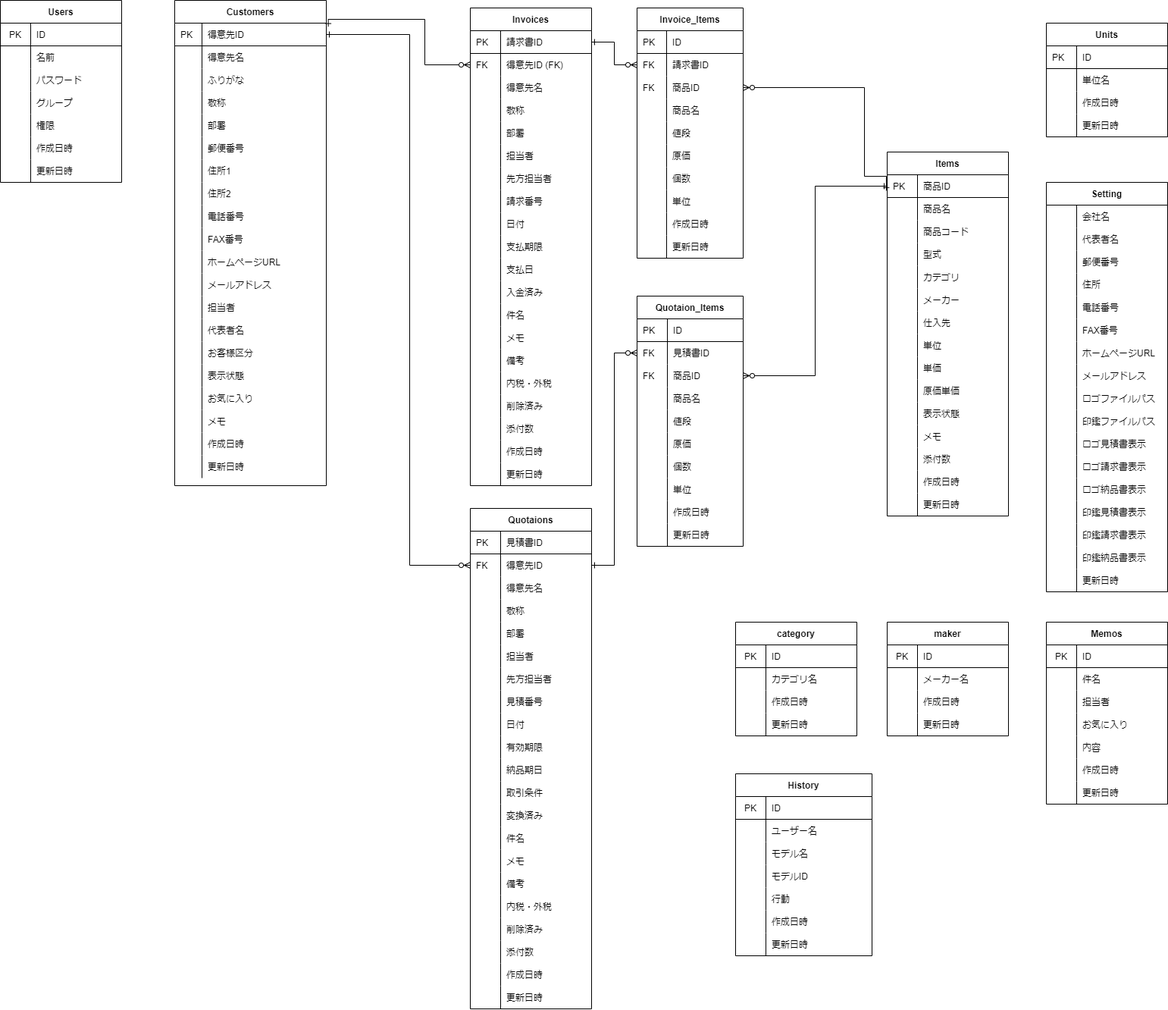
This is soho_er.png from gamasenninn/caddie-clone, a draw.io export, as it was before one commit. Source tidied: cells renumbered, new cells last; positions are measured from the earlier drawing's top-left corner, leaving out a move shared by most shapes.
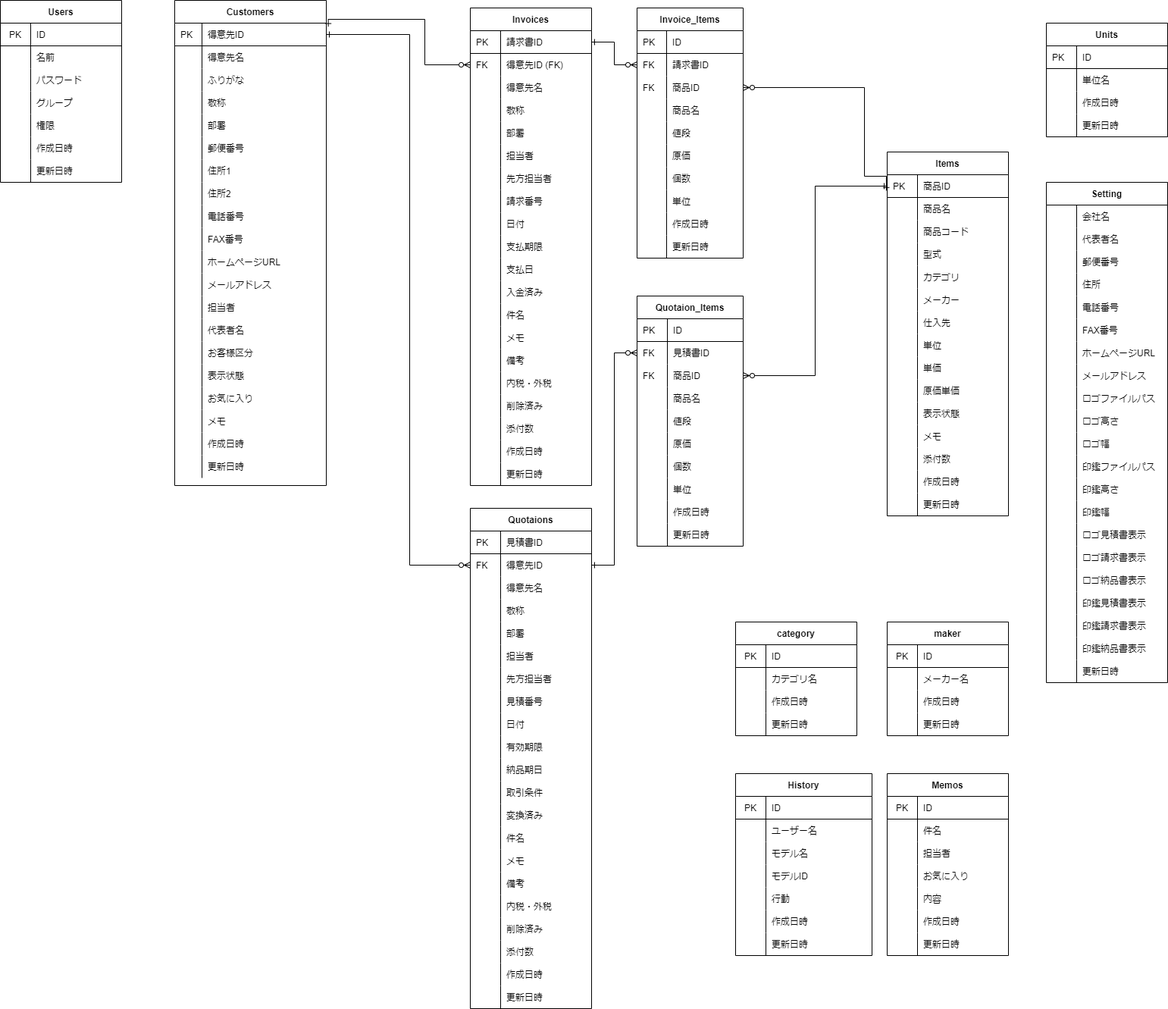
Later version of the same file.

What changed in the source:
```diff
@@ -924,7 +924,7 @@
       <mxGeometry x="40" width="120" height="30" as="geometry" />
     </mxCell>
     <mxCell id="309" value="Setting" style="shape=table;startSize=30;rowLines=0;fontStyle=1;align=center;" parent="1" vertex="1">
-      <mxGeometry x="1380" y="240" width="160" height="540" as="geometry" />
+      <mxGeometry x="1380" y="240" width="160" height="660" as="geometry" />
     </mxCell>
     <mxCell id="310" style="shape=partialRectangle;html=1;whiteSpace=wrap;fillColor=none;top=0;left=0;bottom=0;right=0;" parent="309" vertex="1">
       <mxGeometry y="30" width="160" height="30" as="geometry" />
@@ -1007,8 +1007,26 @@
     <mxCell id="336" value="ロゴファイルパス" style="shape=partialRectangle;html=1;whiteSpace=wrap;fillColor=none;top=0;left=0;bottom=0;right=0;align=left;spacingLeft=6;overflow=hidden;" parent="334" vertex="1">
       <mxGeometry x="40" width="120" height="30" as="geometry" />
     </mxCell>
+    <mxCell id="459" style="shape=partialRectangle;html=1;whiteSpace=wrap;fillColor=none;top=0;left=0;bottom=0;right=0;" parent="309" vertex="1">
+      <mxGeometry y="300" width="160" height="30" as="geometry" />
+    </mxCell>
+    <mxCell id="460" style="shape=partialRectangle;html=1;whiteSpace=wrap;fillColor=none;top=0;left=0;bottom=0;right=0;align=left;spacingLeft=6;overflow=hidden;" parent="459" vertex="1">
+      <mxGeometry width="40" height="30" as="geometry" />
+    </mxCell>
+    <mxCell id="461" value="ロゴ高さ" style="shape=partialRectangle;html=1;whiteSpace=wrap;fillColor=none;top=0;left=0;bottom=0;right=0;align=left;spacingLeft=6;overflow=hidden;" parent="459" vertex="1">
+      <mxGeometry x="40" width="120" height="30" as="geometry" />
+    </mxCell>
+    <mxCell id="462" style="shape=partialRectangle;html=1;whiteSpace=wrap;fillColor=none;top=0;left=0;bottom=0;right=0;" parent="309" vertex="1">
+      <mxGeometry y="330" width="160" height="30" as="geometry" />
+    </mxCell>
+    <mxCell id="463" style="shape=partialRectangle;html=1;whiteSpace=wrap;fillColor=none;top=0;left=0;bottom=0;right=0;align=left;spacingLeft=6;overflow=hidden;" parent="462" vertex="1">
+      <mxGeometry width="40" height="30" as="geometry" />
+    </mxCell>
+    <mxCell id="464" value="ロゴ幅" style="shape=partialRectangle;html=1;whiteSpace=wrap;fillColor=none;top=0;left=0;bottom=0;right=0;align=left;spacingLeft=6;overflow=hidden;" parent="462" vertex="1">
+      <mxGeometry x="40" width="120" height="30" as="geometry" />
+    </mxCell>
     <mxCell id="337" style="shape=partialRectangle;html=1;whiteSpace=wrap;fillColor=none;top=0;left=0;bottom=0;right=0;" parent="309" vertex="1">
-      <mxGeometry y="300" width="160" height="30" as="geometry" />
+      <mxGeometry y="360" width="160" height="30" as="geometry" />
     </mxCell>
     <mxCell id="338" style="shape=partialRectangle;html=1;whiteSpace=wrap;fillColor=none;top=0;left=0;bottom=0;right=0;align=left;spacingLeft=6;overflow=hidden;" parent="337" vertex="1">
       <mxGeometry width="40" height="30" as="geometry" />
@@ -1016,8 +1034,26 @@
     <mxCell id="339" value="印鑑ファイルパス" style="shape=partialRectangle;html=1;whiteSpace=wrap;fillColor=none;top=0;left=0;bottom=0;right=0;align=left;spacingLeft=6;overflow=hidden;" parent="337" vertex="1">
       <mxGeometry x="40" width="120" height="30" as="geometry" />
     </mxCell>
+    <mxCell id="465" style="shape=partialRectangle;html=1;whiteSpace=wrap;fillColor=none;top=0;left=0;bottom=0;right=0;" parent="309" vertex="1">
+      <mxGeometry y="390" width="160" height="30" as="geometry" />
+    </mxCell>
+    <mxCell id="466" style="shape=partialRectangle;html=1;whiteSpace=wrap;fillColor=none;top=0;left=0;bottom=0;right=0;align=left;spacingLeft=6;overflow=hidden;" parent="465" vertex="1">
+      <mxGeometry width="40" height="30" as="geometry" />
+    </mxCell>
+    <mxCell id="467" value="印鑑高さ" style="shape=partialRectangle;html=1;whiteSpace=wrap;fillColor=none;top=0;left=0;bottom=0;right=0;align=left;spacingLeft=6;overflow=hidden;" parent="465" vertex="1">
+      <mxGeometry x="40" width="120" height="30" as="geometry" />
+    </mxCell>
+    <mxCell id="468" style="shape=partialRectangle;html=1;whiteSpace=wrap;fillColor=none;top=0;left=0;bottom=0;right=0;" parent="309" vertex="1">
+      <mxGeometry y="420" width="160" height="30" as="geometry" />
+    </mxCell>
+    <mxCell id="469" style="shape=partialRectangle;html=1;whiteSpace=wrap;fillColor=none;top=0;left=0;bottom=0;right=0;align=left;spacingLeft=6;overflow=hidden;" parent="468" vertex="1">
+      <mxGeometry width="40" height="30" as="geometry" />
+    </mxCell>
+    <mxCell id="470" value="印鑑幅" style="shape=partialRectangle;html=1;whiteSpace=wrap;fillColor=none;top=0;left=0;bottom=0;right=0;align=left;spacingLeft=6;overflow=hidden;" parent="468" vertex="1">
+      <mxGeometry x="40" width="120" height="30" as="geometry" />
+    </mxCell>
     <mxCell id="340" style="shape=partialRectangle;html=1;whiteSpace=wrap;fillColor=none;top=0;left=0;bottom=0;right=0;" parent="309" vertex="1">
-      <mxGeometry y="330" width="160" height="30" as="geometry" />
+      <mxGeometry y="450" width="160" height="30" as="geometry" />
     </mxCell>
     <mxCell id="341" style="shape=partialRectangle;html=1;whiteSpace=wrap;fillColor=none;top=0;left=0;bottom=0;right=0;align=left;spacingLeft=6;overflow=hidden;" parent="340" vertex="1">
       <mxGeometry width="40" height="30" as="geometry" />
@@ -1026,7 +1062,7 @@
       <mxGeometry x="40" width="120" height="30" as="geometry" />
     </mxCell>
     <mxCell id="343" style="shape=partialRectangle;html=1;whiteSpace=wrap;fillColor=none;top=0;left=0;bottom=0;right=0;" parent="309" vertex="1">
-      <mxGeometry y="360" width="160" height="30" as="geometry" />
+      <mxGeometry y="480" width="160" height="30" as="geometry" />
     </mxCell>
     <mxCell id="344" style="shape=partialRectangle;html=1;whiteSpace=wrap;fillColor=none;top=0;left=0;bottom=0;right=0;align=left;spacingLeft=6;overflow=hidden;" parent="343" vertex="1">
       <mxGeometry width="40" height="30" as="geometry" />
@@ -1035,7 +1071,7 @@
       <mxGeometry x="40" width="120" height="30" as="geometry" />
     </mxCell>
     <mxCell id="346" style="shape=partialRectangle;html=1;whiteSpace=wrap;fillColor=none;top=0;left=0;bottom=0;right=0;" parent="309" vertex="1">
-      <mxGeometry y="390" width="160" height="30" as="geometry" />
+      <mxGeometry y="510" width="160" height="30" as="geometry" />
     </mxCell>
     <mxCell id="347" style="shape=partialRectangle;html=1;whiteSpace=wrap;fillColor=none;top=0;left=0;bottom=0;right=0;align=left;spacingLeft=6;overflow=hidden;" parent="346" vertex="1">
       <mxGeometry width="40" height="30" as="geometry" />
@@ -1044,7 +1080,7 @@
       <mxGeometry x="40" width="120" height="30" as="geometry" />
     </mxCell>
     <mxCell id="349" style="shape=partialRectangle;html=1;whiteSpace=wrap;fillColor=none;top=0;left=0;bottom=0;right=0;" parent="309" vertex="1">
-      <mxGeometry y="420" width="160" height="30" as="geometry" />
+      <mxGeometry y="540" width="160" height="30" as="geometry" />
     </mxCell>
     <mxCell id="350" style="shape=partialRectangle;html=1;whiteSpace=wrap;fillColor=none;top=0;left=0;bottom=0;right=0;align=left;spacingLeft=6;overflow=hidden;" parent="349" vertex="1">
       <mxGeometry width="40" height="30" as="geometry" />
@@ -1053,7 +1089,7 @@
       <mxGeometry x="40" width="120" height="30" as="geometry" />
     </mxCell>
     <mxCell id="352" style="shape=partialRectangle;html=1;whiteSpace=wrap;fillColor=none;top=0;left=0;bottom=0;right=0;" parent="309" vertex="1">
-      <mxGeometry y="450" width="160" height="30" as="geometry" />
+      <mxGeometry y="570" width="160" height="30" as="geometry" />
     </mxCell>
     <mxCell id="353" style="shape=partialRectangle;html=1;whiteSpace=wrap;fillColor=none;top=0;left=0;bottom=0;right=0;align=left;spacingLeft=6;overflow=hidden;" parent="352" vertex="1">
       <mxGeometry width="40" height="30" as="geometry" />
@@ -1062,7 +1098,7 @@
       <mxGeometry x="40" width="120" height="30" as="geometry" />
     </mxCell>
     <mxCell id="355" style="shape=partialRectangle;html=1;whiteSpace=wrap;fillColor=none;top=0;left=0;bottom=0;right=0;" parent="309" vertex="1">
-      <mxGeometry y="480" width="160" height="30" as="geometry" />
+      <mxGeometry y="600" width="160" height="30" as="geometry" />
     </mxCell>
     <mxCell id="356" style="shape=partialRectangle;html=1;whiteSpace=wrap;fillColor=none;top=0;left=0;bottom=0;right=0;align=left;spacingLeft=6;overflow=hidden;" parent="355" vertex="1">
       <mxGeometry width="40" height="30" as="geometry" />
@@ -1071,7 +1107,7 @@
       <mxGeometry x="40" width="120" height="30" as="geometry" />
     </mxCell>
     <mxCell id="358" style="shape=partialRectangle;html=1;whiteSpace=wrap;fillColor=none;top=0;left=0;bottom=0;right=0;" parent="309" vertex="1">
-      <mxGeometry y="510" width="160" height="30" as="geometry" />
+      <mxGeometry y="630" width="160" height="30" as="geometry" />
     </mxCell>
     <mxCell id="359" style="shape=partialRectangle;html=1;whiteSpace=wrap;fillColor=none;top=0;left=0;bottom=0;right=0;align=left;spacingLeft=6;overflow=hidden;" parent="358" vertex="1">
       <mxGeometry width="40" height="30" as="geometry" />
@@ -1113,7 +1149,7 @@
       <mxGeometry relative="1" as="geometry" />
     </mxCell>
     <mxCell id="367" value="Memos" style="shape=table;startSize=30;rowLines=0;fontStyle=1;align=center;" parent="1" vertex="1">
-      <mxGeometry x="1380" y="820" width="160" height="240" as="geometry" />
+      <mxGeometry x="1170" y="1020" width="160" height="240" as="geometry" />
     </mxCell>
     <mxCell id="368" style="shape=partialRectangle;html=1;whiteSpace=wrap;fillColor=none;top=0;left=0;bottom=1;right=0;" parent="367" vertex="1">
       <mxGeometry y="30" width="160" height="30" as="geometry" />
```
